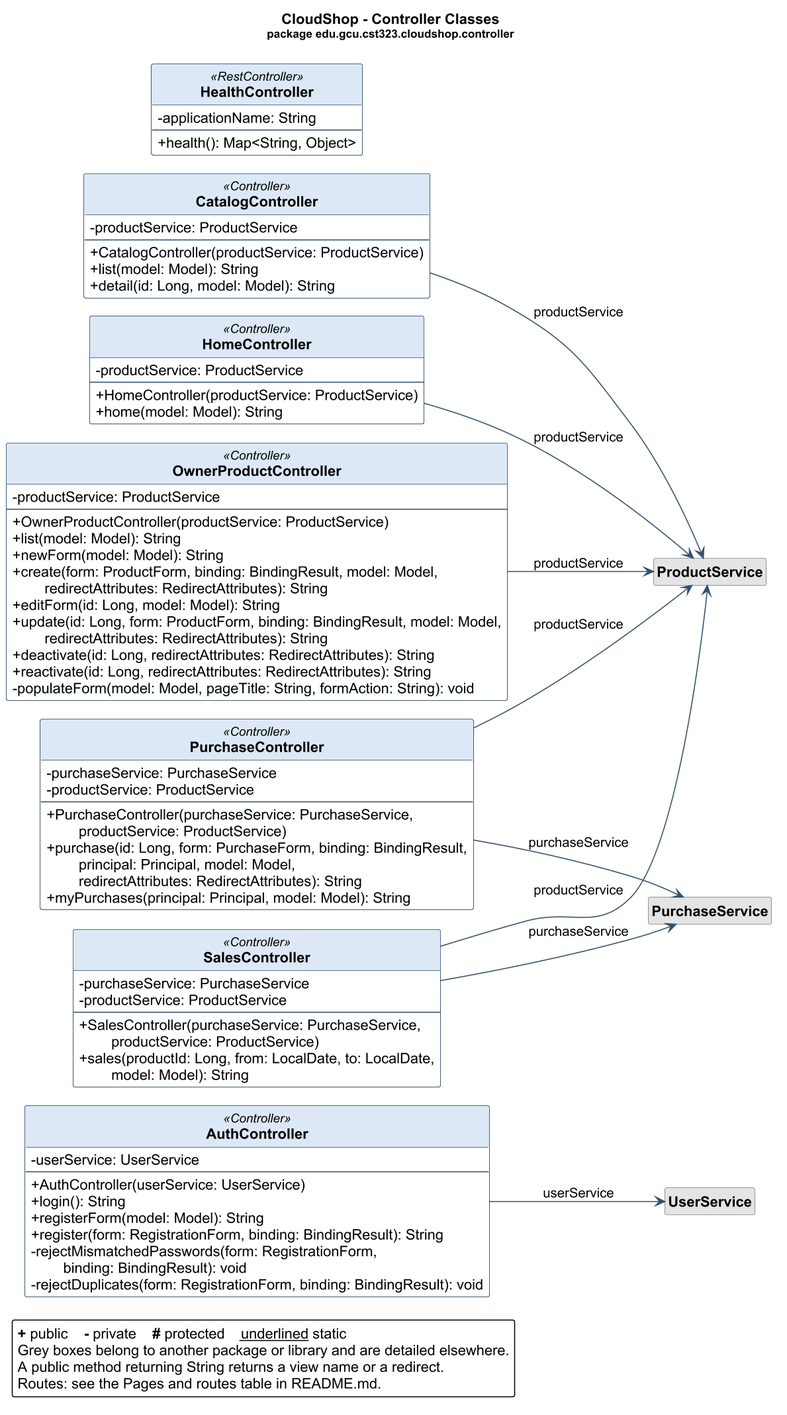
Above: docs/diagrams/uml-controllers.png in dimijimz/cst-323-cloudshop (PlantUML), before the change. Its diagram source:
```plantuml
@startuml uml-controllers
!pragma layout smetana
left to right direction
skinparam dpi 150
skinparam classAttributeIconSize 0
skinparam backgroundColor white
skinparam shadowing false
skinparam defaultFontName Arial
skinparam roundCorner 4
skinparam class {
    BackgroundColor #FBFCFE
    BorderColor #33506E
    ArrowColor #33506E
    HeaderBackgroundColor #DCE8F5
    FontStyle bold
    BackgroundColor<<external>> #F2F2F2
    HeaderBackgroundColor<<external>> #E4E4E4
    BorderColor<<external>> #8A8A8A
}
hide circle
hide <<external>> stereotype

title CloudShop - Controller Classes\n<size:11>package edu.gcu.cst323.cloudshop.controller</size>

class AuthController <<Controller>> {
    - userService: UserService
    --
    + AuthController(userService: UserService)
    + login(): String
    + registerForm(model: Model): String
    + register(form: RegistrationForm, binding: BindingResult): String
    - rejectMismatchedPasswords(form: RegistrationForm,\n        binding: BindingResult): void
    - rejectDuplicates(form: RegistrationForm, binding: BindingResult): void
}

class CatalogController <<Controller>> {
    - productService: ProductService
    --
    + CatalogController(productService: ProductService)
    + list(model: Model): String
    + detail(id: Long, model: Model): String
}

class HealthController <<RestController>> {
    - applicationName: String
    --
    + health(): Map<String, Object>
}

class HomeController <<Controller>> {
    - productService: ProductService
    --
    + HomeController(productService: ProductService)
    + home(model: Model): String
}

class OwnerProductController <<Controller>> {
    - productService: ProductService
    --
    + OwnerProductController(productService: ProductService)
    + list(model: Model): String
    + newForm(model: Model): String
    + create(form: ProductForm, binding: BindingResult, model: Model,\n        redirectAttributes: RedirectAttributes): String
    + editForm(id: Long, model: Model): String
    + update(id: Long, form: ProductForm, binding: BindingResult, model: Model,\n        redirectAttributes: RedirectAttributes): String
    + deactivate(id: Long, redirectAttributes: RedirectAttributes): String
    + reactivate(id: Long, redirectAttributes: RedirectAttributes): String
    - populateForm(model: Model, pageTitle: String, formAction: String): void
}

class PurchaseController <<Controller>> {
    - purchaseService: PurchaseService
    - productService: ProductService
    --
    + PurchaseController(purchaseService: PurchaseService,\n        productService: ProductService)
    + purchase(id: Long, form: PurchaseForm, binding: BindingResult,\n        principal: Principal, model: Model,\n        redirectAttributes: RedirectAttributes): String
    + myPurchases(principal: Principal, model: Model): String
}

class SalesController <<Controller>> {
    - purchaseService: PurchaseService
    - productService: ProductService
    --
    + SalesController(purchaseService: PurchaseService,\n        productService: ProductService)
    + sales(productId: Long, from: LocalDate, to: LocalDate,\n        model: Model): String
}

class UserService <<external>>
hide UserService members
class ProductService <<external>>
hide ProductService members
class PurchaseService <<external>>
hide PurchaseService members

AuthController --> UserService : userService
CatalogController --> ProductService : productService
HomeController --> ProductService : productService
OwnerProductController --> ProductService : productService
PurchaseController --> PurchaseService : purchaseService
PurchaseController --> ProductService : productService
SalesController --> PurchaseService : purchaseService
SalesController --> ProductService : productService

legend bottom left
    <b>+</b> public    <b>-</b> private    <b>#</b> protected    <u>underlined</u> static
    Grey boxes belong to another package or library and are detailed elsewhere.
    A public method returning String returns a view name or a redirect.
    Routes: see the Pages and routes table in README.md.
endlegend
@enduml
```
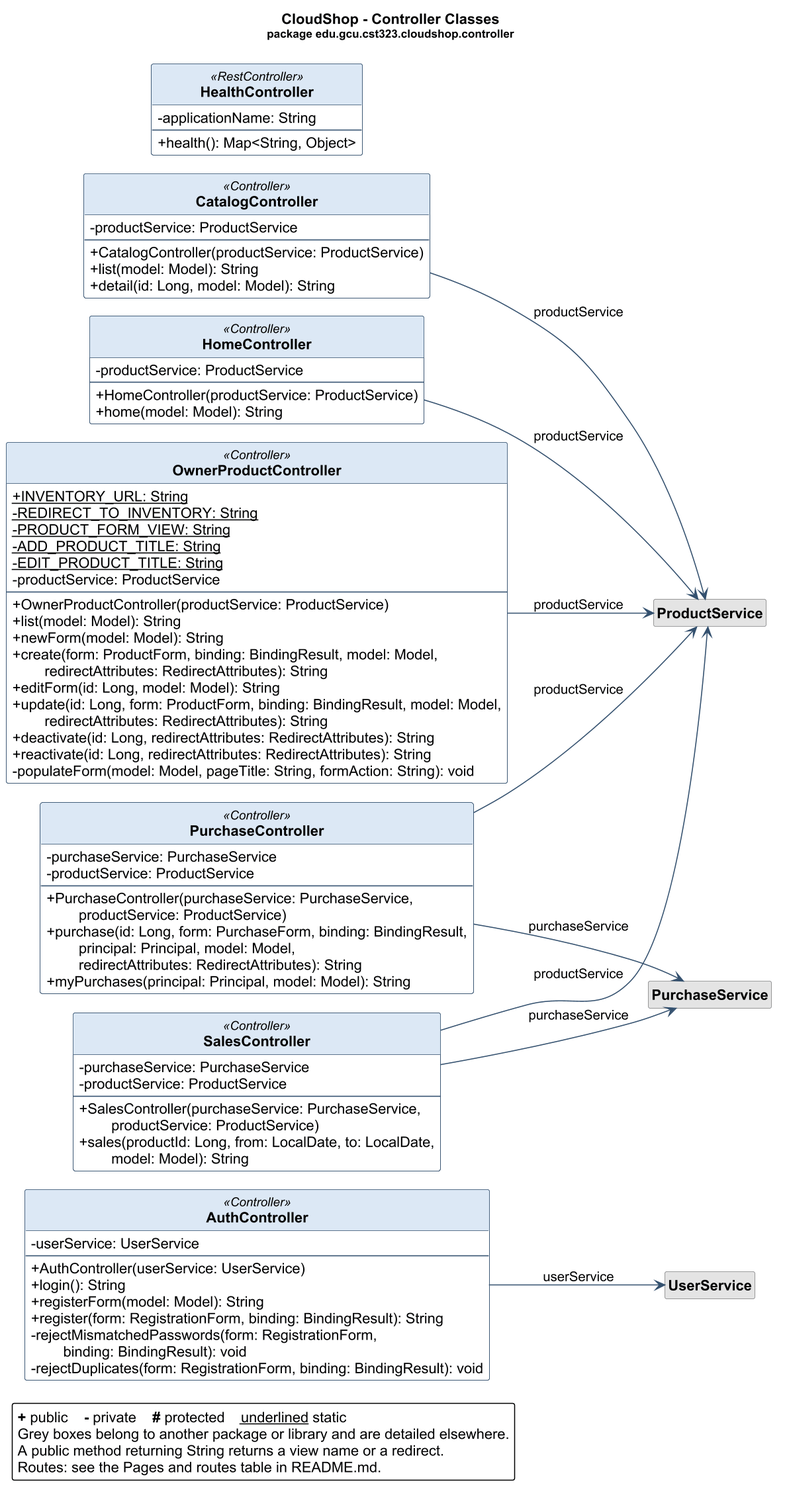
Above is the later version.

What changed in the source:
```diff
@@ -55,6 +55,11 @@
 }
 
 class OwnerProductController <<Controller>> {
+    + {static} INVENTORY_URL: String
+    - {static} REDIRECT_TO_INVENTORY: String
+    - {static} PRODUCT_FORM_VIEW: String
+    - {static} ADD_PRODUCT_TITLE: String
+    - {static} EDIT_PRODUCT_TITLE: String
     - productService: ProductService
     --
     + OwnerProductController(productService: ProductService)
```
